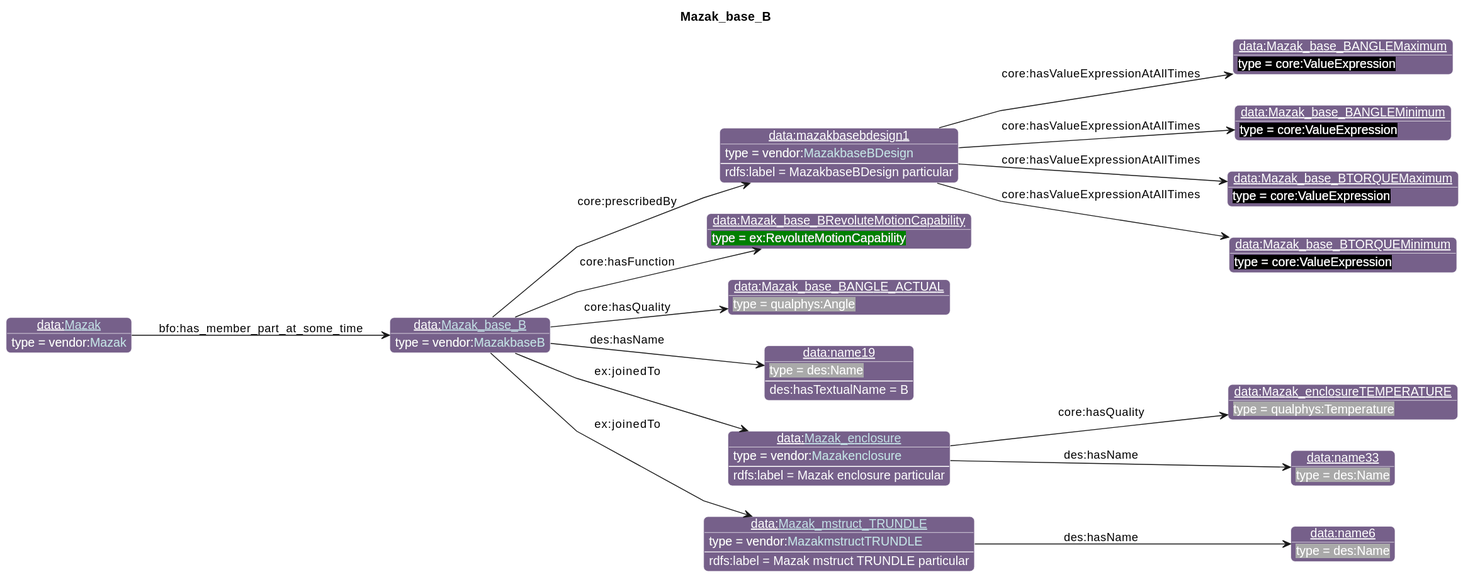
iofoundry/example-syseng-mtconnect keeps this PlantUML diagram as diagrams/Mazak_base_B.svg. Above is the earlier version. The source it was exported from:
```plantuml
@startuml
!include ../iof.iuml

<style>
object {
  HyperlinkColor #C4E1E6
}
</style>

left to right direction
skinparam linetype polyline
title Mazak_base_B

!$default_direction = down

!$namespace_colors = { "bfo":"DFA702",
                      "iof":"1E90FF",
                      "ns":"Green",
                      "ns1":"76608A",
                      "core":"000000",
                      "ex":"Green",
                      "data":"76608A",
                      "vendor":"76608A",
                      "units":"8A2D3B",
                      "cmns-dsg":"3A0519",
                      "qp":"641B2E"
      }
individual(o0, data:[[./Mazak_base_B.html Mazak_base_B]], vendor:[[../Mazak.html#MazakbaseB MazakbaseB]])
individual(o1, data:mazakbasebdesign1, vendor:[[../Mazak.html#MazakbaseBDesign MazakbaseBDesign]])
individual(o2, data:Mazak_base_BANGLEMaximum, core:ValueExpression)
individual(o3, data:Mazak_base_BANGLEMinimum, core:ValueExpression)
individual(o4, data:Mazak_base_BTORQUEMaximum, core:ValueExpression)
individual(o5, data:Mazak_base_BTORQUEMinimum, core:ValueExpression)
individual(o6, data:Mazak_base_BRevoluteMotionCapability, ex:RevoluteMotionCapability)
individual(o7, data:Mazak_base_BANGLE_ACTUAL, qualphys:Angle)
individual(o8, data:name19, des:Name)
individual(o9, data:[[./Mazak_enclosure.html Mazak_enclosure]], vendor:[[../Mazak.html#Mazakenclosure Mazakenclosure]])
individual(o10, data:Mazak_enclosureTEMPERATURE, qualphys:Temperature)
individual(o11, data:name33, des:Name)
individual(o12, data:[[./Mazak_mstruct_TRUNDLE.html Mazak_mstruct_TRUNDLE]], vendor:[[../Mazak.html#MazakmstructTRUNDLE MazakmstructTRUNDLE]])
individual(o13, data:name6, des:Name)
individual(o14, data:[[./Mazak.html Mazak]], vendor:[[../Mazak.html#Mazak Mazak]])
property(o0, "core:prescribedBy", o1)
data(o1, "rdfs:label", "MazakbaseBDesign particular")
property(o1, "core:hasValueExpressionAtAllTimes", o2)
property(o1, "core:hasValueExpressionAtAllTimes", o3)
property(o1, "core:hasValueExpressionAtAllTimes", o4)
property(o1, "core:hasValueExpressionAtAllTimes", o5)
property(o0, "core:hasFunction", o6)
property(o0, "core:hasQuality", o7)
property(o0, "des:hasName", o8)
data(o8, "des:hasTextualName", "B")
property(o0, "ex:joinedTo", o9)
data(o9, "rdfs:label", "Mazak enclosure particular")
property(o9, "core:hasQuality", o10)
property(o9, "des:hasName", o11)
property(o0, "ex:joinedTo", o12)
data(o12, "rdfs:label", "Mazak mstruct TRUNDLE particular")
property(o12, "des:hasName", o13)
property(o14, "bfo:has_member_part_at_some_time", o0)
@enduml
```
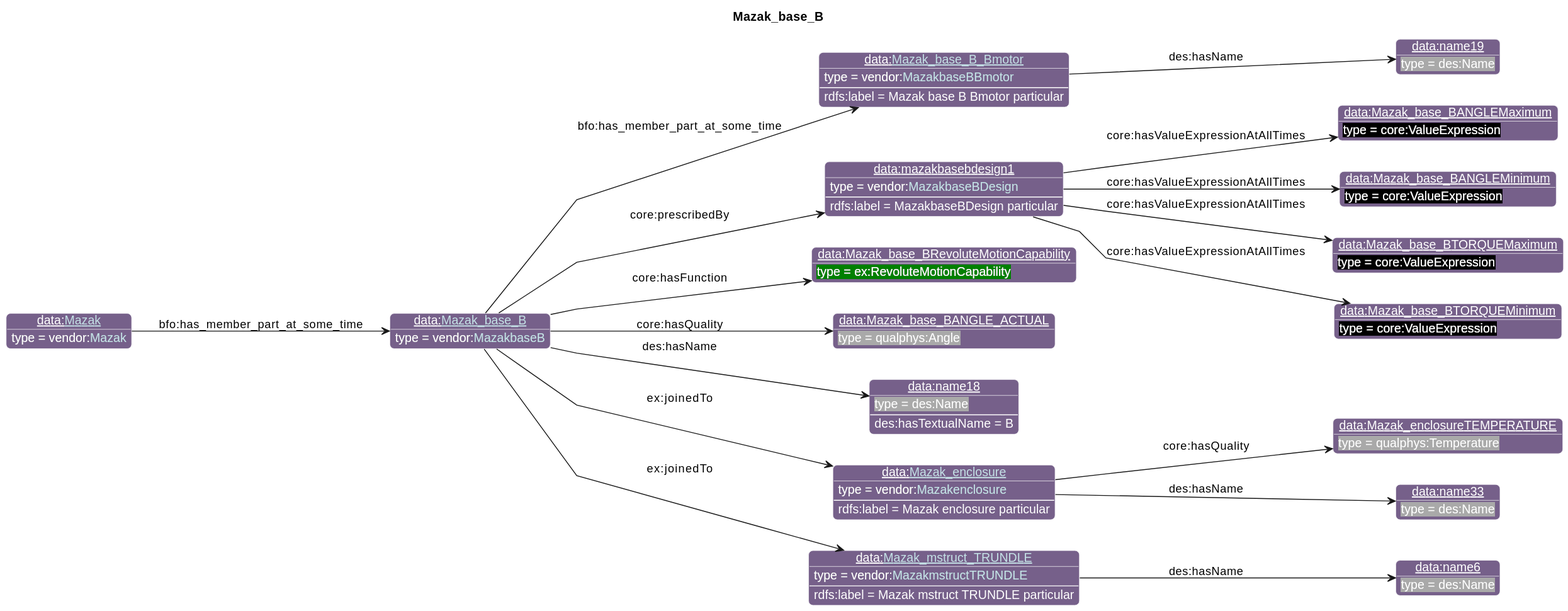
The same diagram one commit later.

What changed in the source:
```diff
@@ -26,36 +26,41 @@
                       "qp":"641B2E"
       }
 individual(o0, data:[[./Mazak_base_B.html Mazak_base_B]], vendor:[[../Mazak.html#MazakbaseB MazakbaseB]])
-individual(o1, data:mazakbasebdesign1, vendor:[[../Mazak.html#MazakbaseBDesign MazakbaseBDesign]])
-individual(o2, data:Mazak_base_BANGLEMaximum, core:ValueExpression)
-individual(o3, data:Mazak_base_BANGLEMinimum, core:ValueExpression)
-individual(o4, data:Mazak_base_BTORQUEMaximum, core:ValueExpression)
-individual(o5, data:Mazak_base_BTORQUEMinimum, core:ValueExpression)
-individual(o6, data:Mazak_base_BRevoluteMotionCapability, ex:RevoluteMotionCapability)
-individual(o7, data:Mazak_base_BANGLE_ACTUAL, qualphys:Angle)
-individual(o8, data:name19, des:Name)
-individual(o9, data:[[./Mazak_enclosure.html Mazak_enclosure]], vendor:[[../Mazak.html#Mazakenclosure Mazakenclosure]])
-individual(o10, data:Mazak_enclosureTEMPERATURE, qualphys:Temperature)
-individual(o11, data:name33, des:Name)
-individual(o12, data:[[./Mazak_mstruct_TRUNDLE.html Mazak_mstruct_TRUNDLE]], vendor:[[../Mazak.html#MazakmstructTRUNDLE MazakmstructTRUNDLE]])
-individual(o13, data:name6, des:Name)
-individual(o14, data:[[./Mazak.html Mazak]], vendor:[[../Mazak.html#Mazak Mazak]])
-property(o0, "core:prescribedBy", o1)
-data(o1, "rdfs:label", "MazakbaseBDesign particular")
-property(o1, "core:hasValueExpressionAtAllTimes", o2)
-property(o1, "core:hasValueExpressionAtAllTimes", o3)
-property(o1, "core:hasValueExpressionAtAllTimes", o4)
-property(o1, "core:hasValueExpressionAtAllTimes", o5)
-property(o0, "core:hasFunction", o6)
-property(o0, "core:hasQuality", o7)
-property(o0, "des:hasName", o8)
-data(o8, "des:hasTextualName", "B")
-property(o0, "ex:joinedTo", o9)
-data(o9, "rdfs:label", "Mazak enclosure particular")
-property(o9, "core:hasQuality", o10)
-property(o9, "des:hasName", o11)
-property(o0, "ex:joinedTo", o12)
-data(o12, "rdfs:label", "Mazak mstruct TRUNDLE particular")
-property(o12, "des:hasName", o13)
-property(o14, "bfo:has_member_part_at_some_time", o0)
+individual(o1, data:[[./Mazak_base_B_Bmotor.html Mazak_base_B_Bmotor]], vendor:[[../Mazak.html#MazakbaseBBmotor MazakbaseBBmotor]])
+individual(o2, data:name19, des:Name)
+individual(o3, data:mazakbasebdesign1, vendor:[[../Mazak.html#MazakbaseBDesign MazakbaseBDesign]])
+individual(o4, data:Mazak_base_BANGLEMaximum, core:ValueExpression)
+individual(o5, data:Mazak_base_BANGLEMinimum, core:ValueExpression)
+individual(o6, data:Mazak_base_BTORQUEMaximum, core:ValueExpression)
+individual(o7, data:Mazak_base_BTORQUEMinimum, core:ValueExpression)
+individual(o8, data:Mazak_base_BRevoluteMotionCapability, ex:RevoluteMotionCapability)
+individual(o9, data:Mazak_base_BANGLE_ACTUAL, qualphys:Angle)
+individual(o10, data:name18, des:Name)
+individual(o11, data:[[./Mazak_enclosure.html Mazak_enclosure]], vendor:[[../Mazak.html#Mazakenclosure Mazakenclosure]])
+individual(o12, data:Mazak_enclosureTEMPERATURE, qualphys:Temperature)
+individual(o13, data:name33, des:Name)
+individual(o14, data:[[./Mazak_mstruct_TRUNDLE.html Mazak_mstruct_TRUNDLE]], vendor:[[../Mazak.html#MazakmstructTRUNDLE MazakmstructTRUNDLE]])
+individual(o15, data:name6, des:Name)
+individual(o16, data:[[./Mazak.html Mazak]], vendor:[[../Mazak.html#Mazak Mazak]])
+property(o0, "bfo:has_member_part_at_some_time", o1)
+data(o1, "rdfs:label", "Mazak base B Bmotor particular")
+property(o1, "des:hasName", o2)
+property(o0, "core:prescribedBy", o3)
+data(o3, "rdfs:label", "MazakbaseBDesign particular")
+property(o3, "core:hasValueExpressionAtAllTimes", o4)
+property(o3, "core:hasValueExpressionAtAllTimes", o5)
+property(o3, "core:hasValueExpressionAtAllTimes", o6)
+property(o3, "core:hasValueExpressionAtAllTimes", o7)
+property(o0, "core:hasFunction", o8)
+property(o0, "core:hasQuality", o9)
+property(o0, "des:hasName", o10)
+data(o10, "des:hasTextualName", "B")
+property(o0, "ex:joinedTo", o11)
+data(o11, "rdfs:label", "Mazak enclosure particular")
+property(o11, "core:hasQuality", o12)
+property(o11, "des:hasName", o13)
+property(o0, "ex:joinedTo", o14)
+data(o14, "rdfs:label", "Mazak mstruct TRUNDLE particular")
+property(o14, "des:hasName", o15)
+property(o16, "bfo:has_member_part_at_some_time", o0)
 @enduml
```
